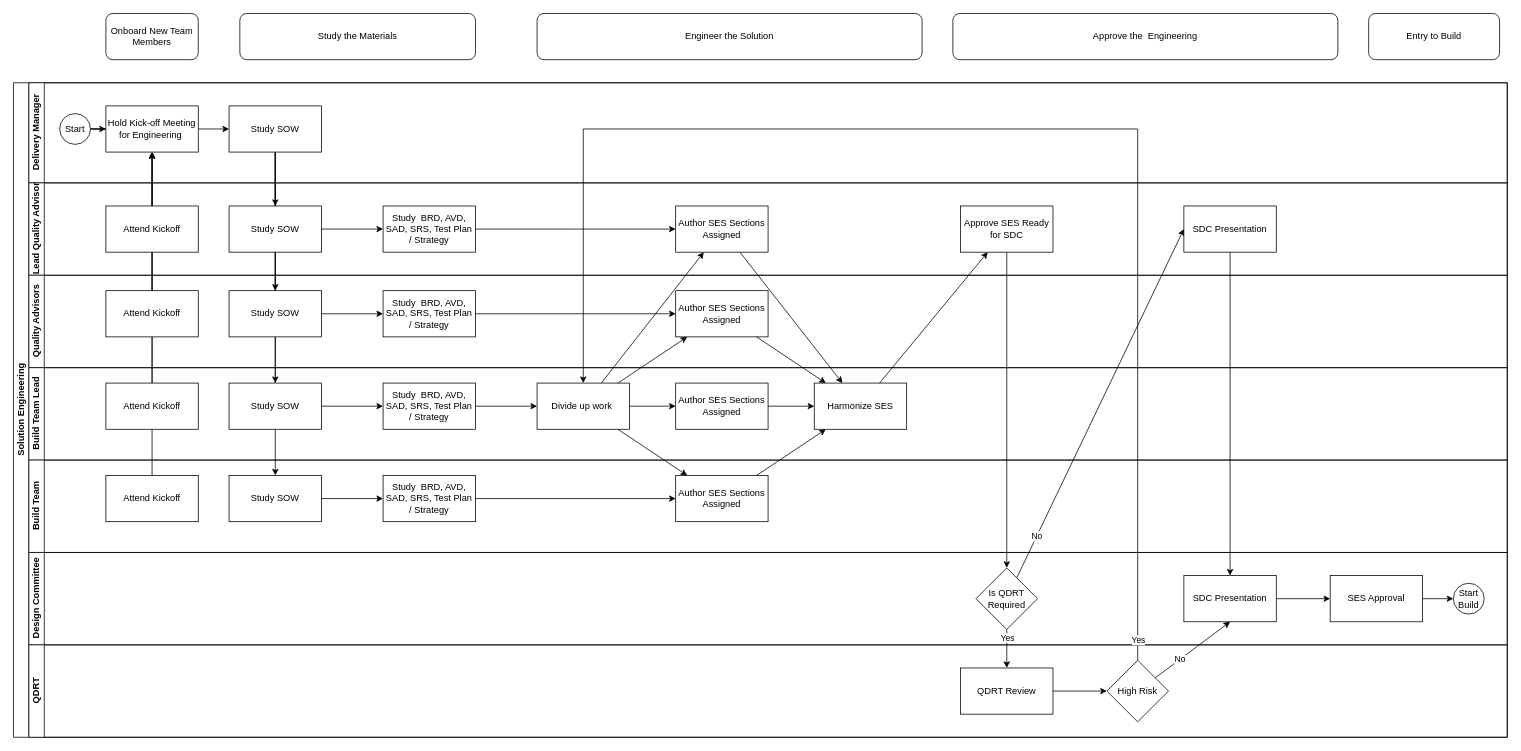
TedTschopp/Charts-n-Graphs keeps this draw.io diagram as page "SES" (1 of 2) of SES Authoring Diagram.drawio. Above is the earlier version. Source tidied: cells renumbered, new cells numbered last; positions are measured from the earlier drawing's top-left corner, leaving out a move shared by most shapes. Both pictures are drawn from the tidied source at 77%, with x=0, y=0 at pixel (13, 13).
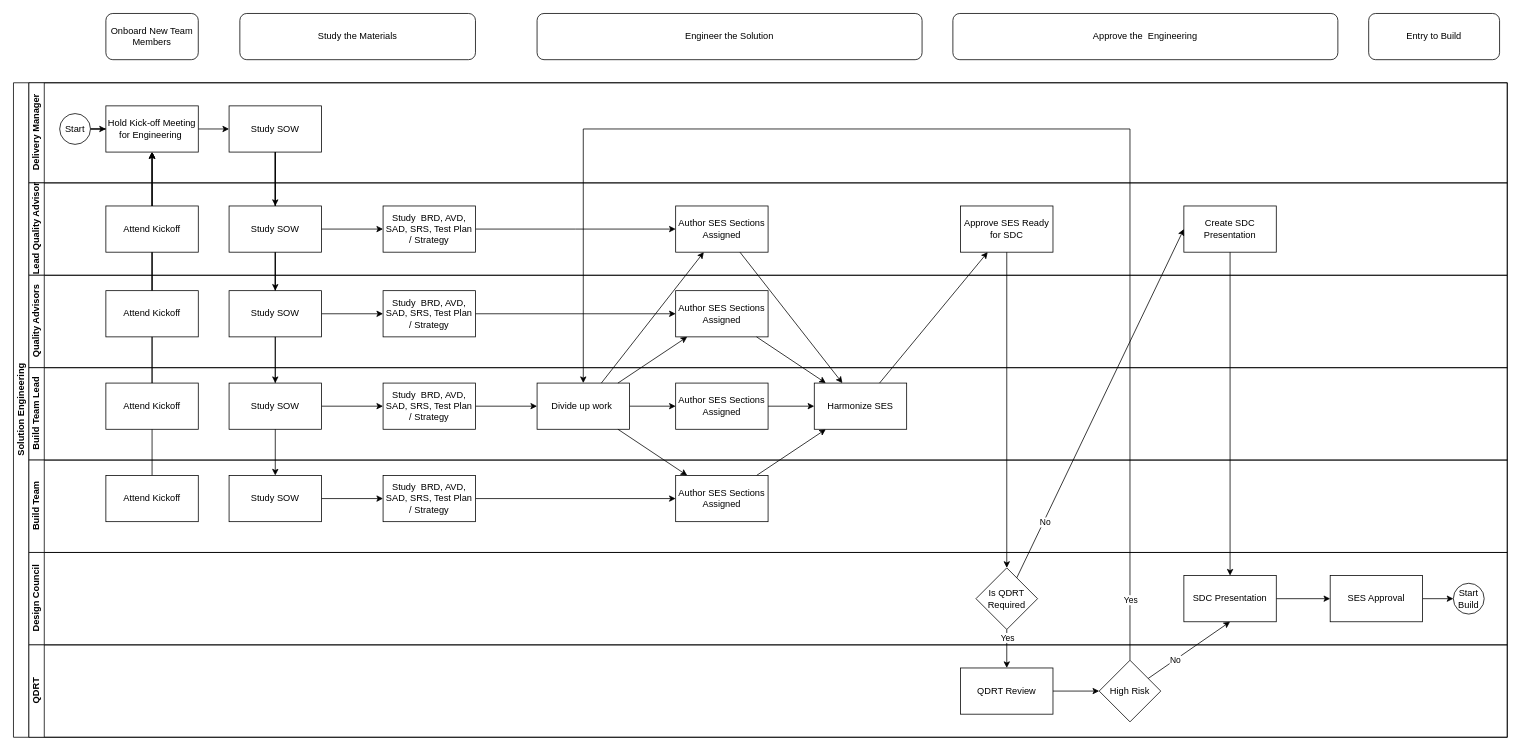
Above is the later version.

The change refers to these unchanged cells:
```xml
<mxCell id="2" value="Solution Engineering" style="swimlane;html=1;horizontal=0;startSize=20;" parent="1" vertex="1">
  <mxGeometry y="90" width="1940" height="850" as="geometry" />
</mxCell>
<mxCell id="16" value="Lead Quality Advisor" style="swimlane;html=1;startSize=20;horizontal=0;" parent="2" vertex="1">
  <mxGeometry x="20" y="130" width="1920" height="120" as="geometry" />
</mxCell>
<mxCell id="60" value="QDRT" style="swimlane;html=1;startSize=20;horizontal=0;" parent="2" vertex="1">
  <mxGeometry x="20" y="730" width="1920" height="120" as="geometry" />
</mxCell>
<mxCell id="66" style="edgeStyle=elbowEdgeStyle;rounded=0;jettySize=auto;html=1;elbow=vertical;" parent="2" edge="1" source="62" target="39">
  <mxGeometry relative="1" as="geometry">
    <Array as="points">
      <mxPoint x="1130" y="60" />
    </Array>
  </mxGeometry>
</mxCell>
<mxCell id="76" style="edgeStyle=none;rounded=0;jettySize=auto;html=1;elbow=vertical;entryX=0;entryY=0.5;entryDx=0;entryDy=0;" parent="2" edge="1" source="54" target="24">
  <mxGeometry relative="1" as="geometry" />
</mxCell>
```

Change to the diagram source:
```diff
@@
-    <mxCell id="24" value="SDC Presentation" style="rounded=0;whiteSpace=wrap;html=1;" parent="16" vertex="1">
+    <mxCell id="24" value="Create SDC Presentation" style="rounded=0;whiteSpace=wrap;html=1;" parent="16" vertex="1">
       <mxGeometry x="1500" y="30" width="120" height="60" as="geometry" />
     </mxCell>
@@
-    <mxCell id="53" value="Design Committee" style="swimlane;html=1;startSize=20;horizontal=0;" parent="2" vertex="1">
+    <mxCell id="53" value="Design Council" style="swimlane;html=1;startSize=20;horizontal=0;" parent="2" vertex="1">
       <mxGeometry x="20" y="610" width="1920" height="120" as="geometry" />
     </mxCell>
@@
     <mxCell id="62" value="High Risk" style="rhombus;whiteSpace=wrap;html=1;" parent="60" vertex="1">
-      <mxGeometry x="1400" y="20" width="80" height="80" as="geometry" />
+      <mxGeometry x="1390" y="20" width="80" height="80" as="geometry" />
     </mxCell>
@@
     <mxCell id="67" value="Yes" style="edgeLabel;html=1;align=center;verticalAlign=middle;" parent="66" vertex="1">
       <mxGeometry x="-0.74" y="-3" relative="1" as="geometry">
-        <mxPoint x="-3" y="199" as="offset" />
+        <mxPoint x="-3" y="146" as="offset" />
       </mxGeometry>
     </mxCell>
@@
     <mxCell id="77" value="No" style="edgeLabel;html=1;align=center;verticalAlign=middle;" parent="76" vertex="1">
-      <mxGeometry x="-0.76" relative="1" as="geometry" />
+      <mxGeometry x="-0.76" relative="1" as="geometry">
+        <mxPoint x="11" y="-18" as="offset" />
+      </mxGeometry>
     </mxCell>
```
